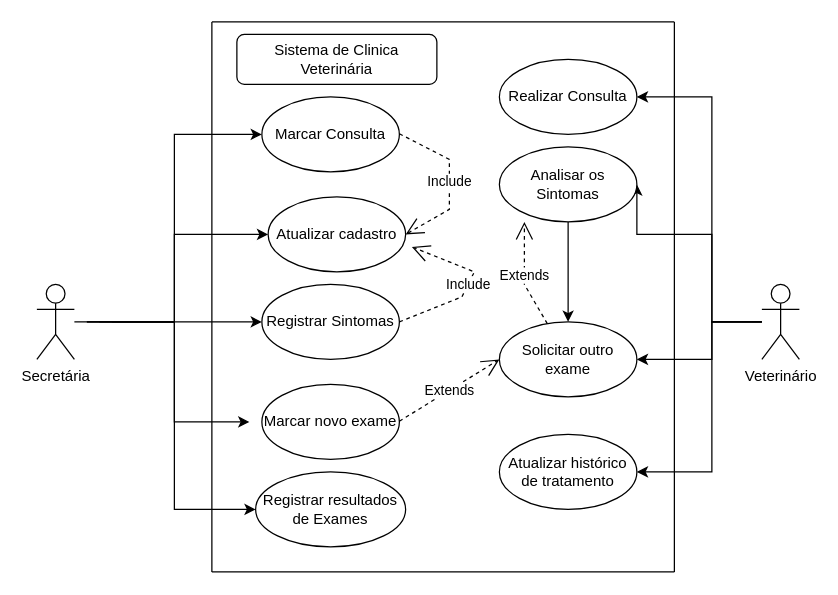
Earlier version of the draw.io diagram ClinicaVeterinaria.drawio (arthurvignati/softwareEngineering). Source tidied: cells renumbered, new cells numbered last; positions are measured from the earlier drawing's top-left corner, leaving out a move shared by most shapes. Both pictures are drawn from the tidied source at 125%, with x=0, y=0 at pixel (36, 21).
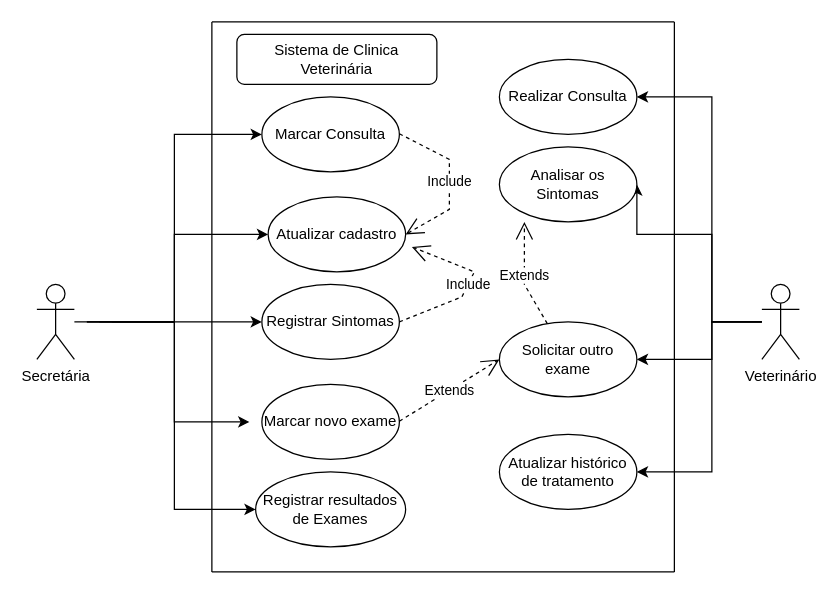
The same diagram, later.

The change refers to these unchanged cells:
```xml
<mxCell id="20" value="Analisar os Sintomas" style="ellipse;whiteSpace=wrap;html=1;" parent="1" vertex="1">
  <mxGeometry x="370" y="100" width="110" height="60" as="geometry" />
</mxCell>
<mxCell id="21" value="Solicitar outro exame" style="ellipse;whiteSpace=wrap;html=1;" parent="1" vertex="1">
  <mxGeometry x="370" y="240" width="110" height="60" as="geometry" />
</mxCell>
```

Diff of the diagram source:
```diff
@@
-    <mxCell id="19" style="edgeStyle=orthogonalEdgeStyle;rounded=0;jettySize=auto;html=1;" parent="1" edge="1" source="20" target="21">
-      <mxGeometry relative="1" as="geometry" />
-    </mxCell>
```
